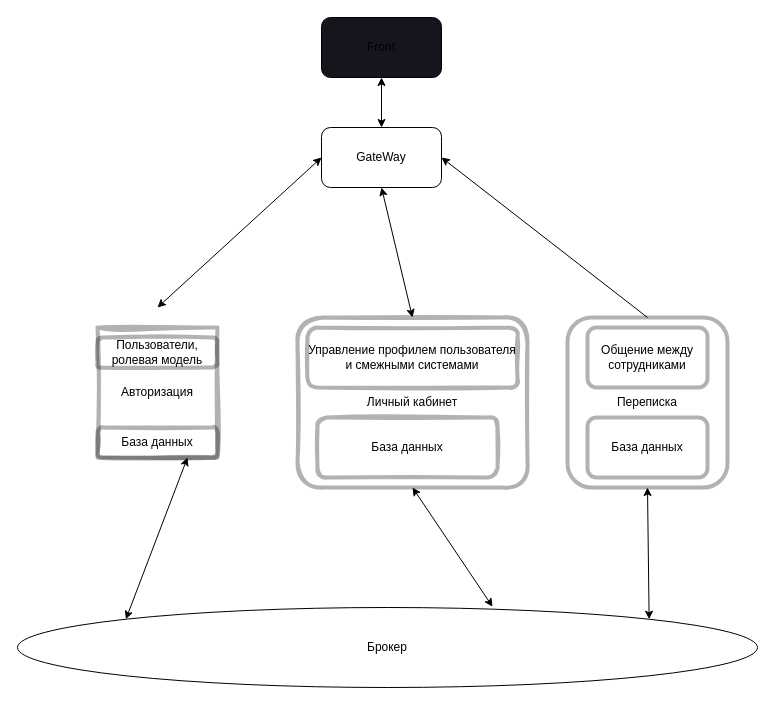
Before: Description/BaseMin.drawio in Fox5113/corporate-social-system, a draw.io diagram. Source tidied: cells renumbered, new cells numbered last; positions are measured from the earlier drawing's top-left corner, leaving out a move shared by most shapes. Both pictures are drawn from the tidied source at 100%, with x=0, y=0 at pixel (17, 17).
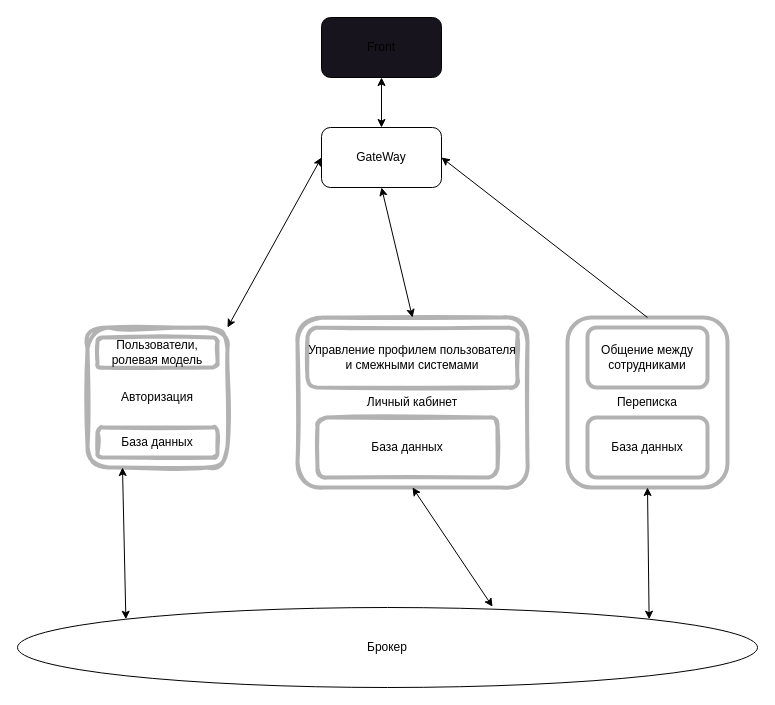
Above is the later version.

Commit message:
ред Базовая структура

Unchanged cells that the change refers to:
```xml
<mxCell id="2" value="GateWay" style="rounded=1;whiteSpace=wrap;html=1;" parent="1" vertex="1">
  <mxGeometry x="304" y="110" width="120" height="60" as="geometry" />
</mxCell>
<mxCell id="5" value="Брокер" style="ellipse;whiteSpace=wrap;html=1;fillColor=none;" parent="1" vertex="1">
  <mxGeometry y="590" width="740" height="80" as="geometry" />
</mxCell>
<mxCell id="8" value="База данных" style="rounded=1;whiteSpace=wrap;html=1;sketch=1;strokeColor=#000000;strokeWidth=4;fillColor=none;opacity=30;" parent="1" vertex="1">
  <mxGeometry x="80" y="410" width="120" height="30" as="geometry" />
</mxCell>
```

Diff of the diagram source:
```diff
@@
-    <mxCell id="6" value="Авторизация" style="rounded=0;whiteSpace=wrap;html=1;fillColor=none;sketch=1;curveFitting=1;jiggle=2;opacity=30;strokeWidth=4;strokeColor=#000000;" parent="1" vertex="1">
-      <mxGeometry x="80" y="310" width="120" height="130" as="geometry" />
+    <mxCell id="6" value="Авторизация" style="rounded=1;whiteSpace=wrap;html=1;fillColor=none;sketch=1;curveFitting=1;jiggle=2;opacity=30;strokeWidth=4;strokeColor=#000000;" parent="1" vertex="1">
+      <mxGeometry x="70" y="310" width="140" height="140" as="geometry" />
     </mxCell>
@@
-    <mxCell id="9" style="endArrow=classic;startArrow=classic;html=1;entryX=0.75;entryY=1;entryDx=0;entryDy=0;exitX=0;exitY=0;exitDx=0;exitDy=0;" parent="1" edge="1" source="5" target="8">
+    <mxCell id="9" style="endArrow=classic;startArrow=classic;html=1;entryX=0.25;entryY=1;entryDx=0;entryDy=0;exitX=0;exitY=0;exitDx=0;exitDy=0;" parent="1" edge="1" source="5" target="6">
       <mxGeometry relative="1" as="geometry" />
     </mxCell>
-    <mxCell id="10" style="endArrow=classic;startArrow=classic;html=1;entryX=0;entryY=0.5;entryDx=0;entryDy=0;" parent="1" edge="1" target="2">
-      <mxGeometry relative="1" as="geometry">
-        <mxPoint x="140" y="290" as="sourcePoint" />
-      </mxGeometry>
+    <mxCell id="10" style="endArrow=classic;startArrow=classic;html=1;entryX=0;entryY=0.5;entryDx=0;entryDy=0;exitX=1;exitY=0;exitDx=0;exitDy=0;" parent="1" edge="1" source="6" target="2">
+      <mxGeometry relative="1" as="geometry" />
     </mxCell>
```
